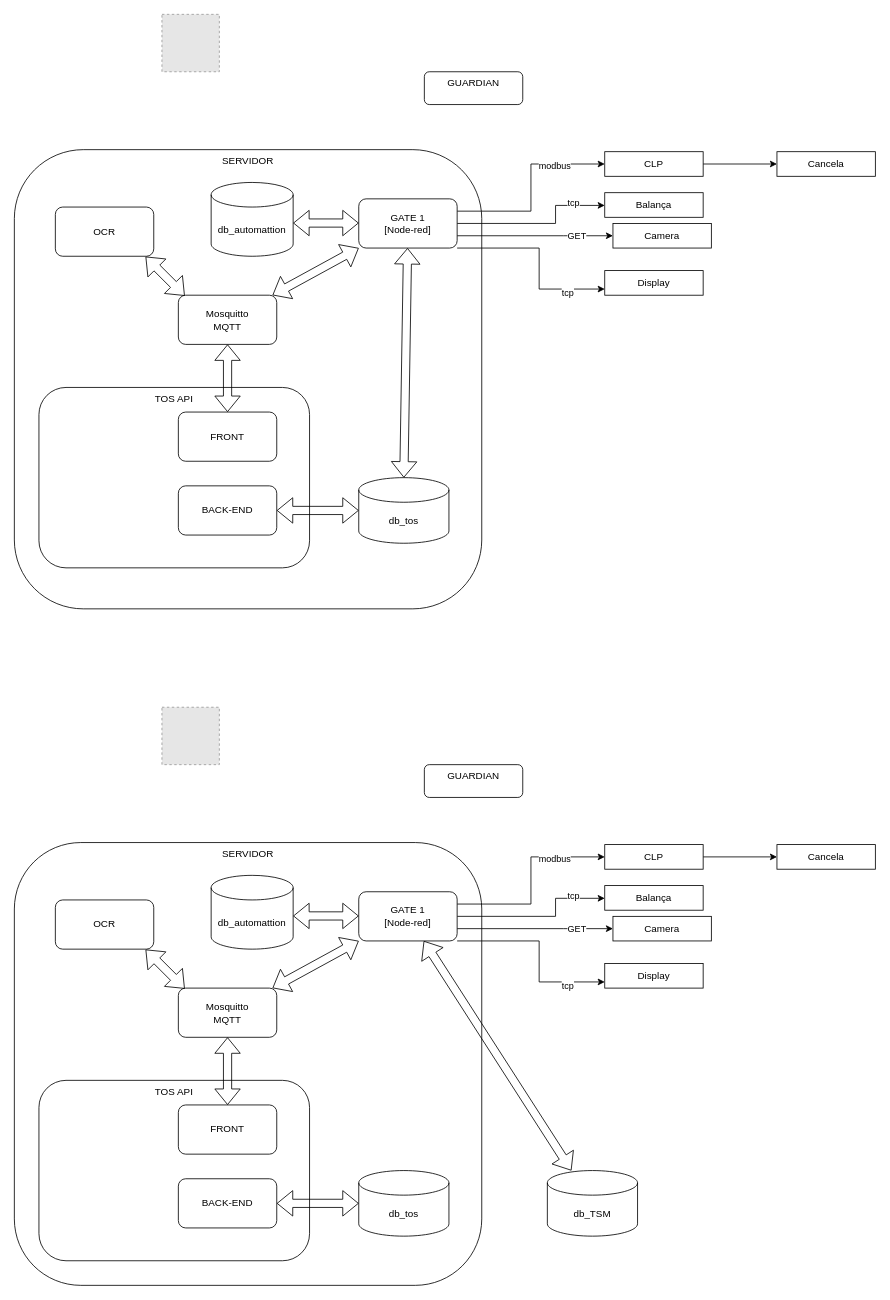
The draw.io diagram service_supervisorio.drawio in marcelopedroso/yms_tech, before the edit. Source tidied: cells renumbered, new cells numbered last; positions are measured from the earlier drawing's top-left corner, leaving out a move shared by most shapes. Both pictures are drawn from the tidied source at 82%, with x=0, y=0 at pixel (14, 14). Pictures stored in the file or linked from it are replaced by grey dashed boxes.
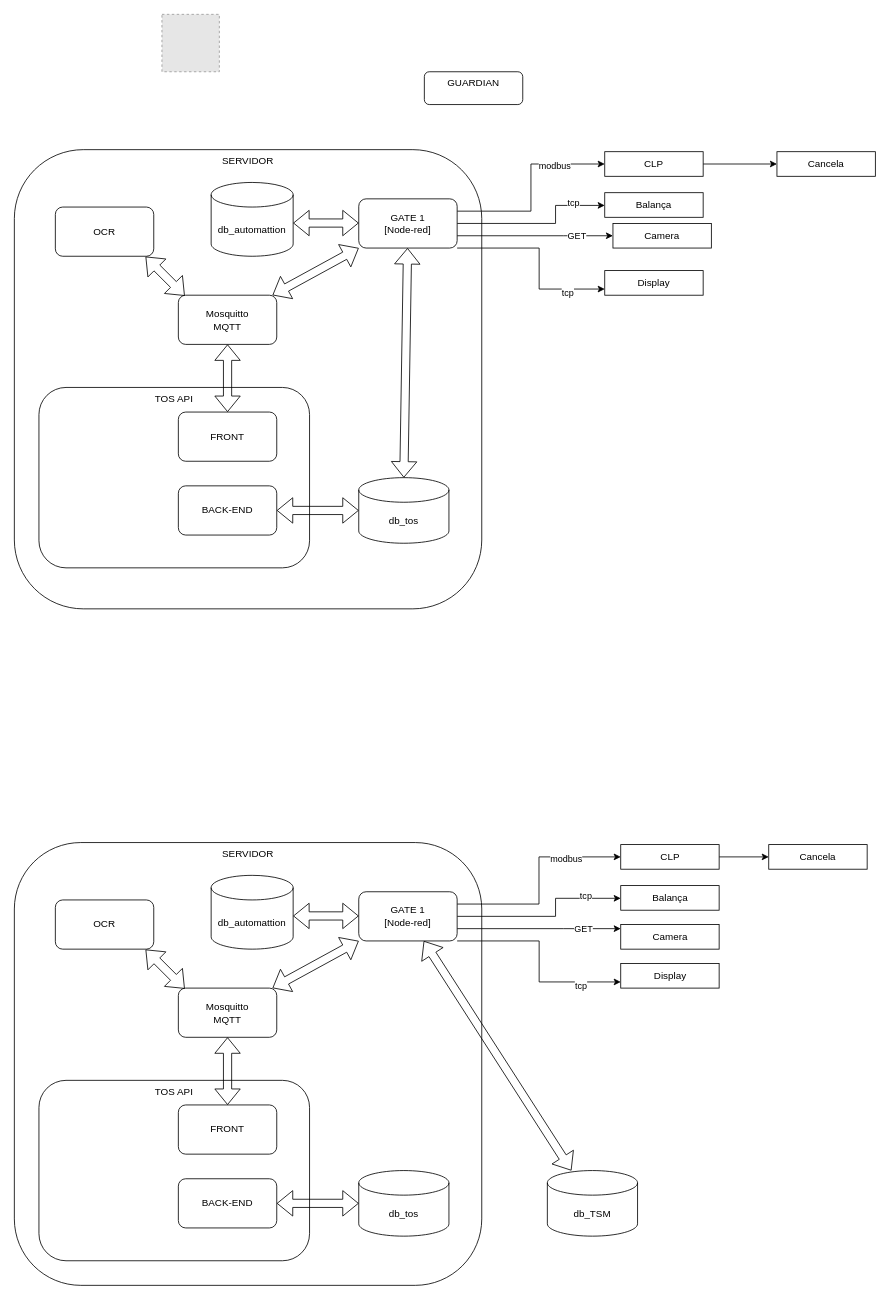
The same diagram, later.

Diff of the diagram source:
```diff
@@
-    <mxCell id="33" style="fillColor=#E6E6E6;strokeColor=#999999;dashed=1;html=1;verticalAlign=top;verticalLabelPosition=bottom;labelBackgroundColor=#ffffff;" parent="1" vertex="1">
-      <mxGeometry x="180" y="845" width="70" height="70" as="geometry" />
-    </mxCell>
-    <mxCell id="34" value="GUARDIAN" style="rounded=1;whiteSpace=wrap;html=1;fillColor=none;align=center;horizontal=1;verticalAlign=top;" parent="1" vertex="1">
-      <mxGeometry x="500" y="915" width="120" height="40" as="geometry" />
-    </mxCell>
     <mxCell id="35" value="Cancela" style="rounded=0;whiteSpace=wrap;html=1;" parent="1" vertex="1">
-      <mxGeometry x="930" y="1012.5" width="120" height="30" as="geometry" />
+      <mxGeometry x="920" y="1012.5" width="120" height="30" as="geometry" />
     </mxCell>
@@
-    <mxCell id="48" style="edgeStyle=orthogonalEdgeStyle;rounded=0;jettySize=auto;html=1;" parent="1" edge="1" source="49" target="35">
+    <mxCell id="48" style="edgeStyle=orthogonalEdgeStyle;rounded=0;jettySize=auto;html=1;entryX=0;entryY=0.5;entryDx=0;entryDy=0;" parent="1" edge="1" source="49" target="35">
       <mxGeometry relative="1" as="geometry" />
     </mxCell>
     <mxCell id="49" value="CLP" style="rounded=0;whiteSpace=wrap;html=1;" parent="1" vertex="1">
-      <mxGeometry x="720" y="1012.5" width="120" height="30" as="geometry" />
+      <mxGeometry x="739.5" y="1012.5" width="120" height="30" as="geometry" />
     </mxCell>
     <mxCell id="50" value="Balança" style="rounded=0;whiteSpace=wrap;html=1;" parent="1" vertex="1">
-      <mxGeometry x="720" y="1062.5" width="120" height="30" as="geometry" />
+      <mxGeometry x="739.5" y="1062.5" width="120" height="30" as="geometry" />
     </mxCell>
     <mxCell id="51" value="Camera" style="rounded=0;whiteSpace=wrap;html=1;" parent="1" vertex="1">
-      <mxGeometry x="730" y="1100" width="120" height="30" as="geometry" />
+      <mxGeometry x="739.5" y="1110" width="120" height="30" as="geometry" />
     </mxCell>
     <mxCell id="52" value="Display" style="rounded=0;whiteSpace=wrap;html=1;" parent="1" vertex="1">
-      <mxGeometry x="720" y="1157.5" width="120" height="30" as="geometry" />
+      <mxGeometry x="739.5" y="1157.5" width="120" height="30" as="geometry" />
     </mxCell>
```
